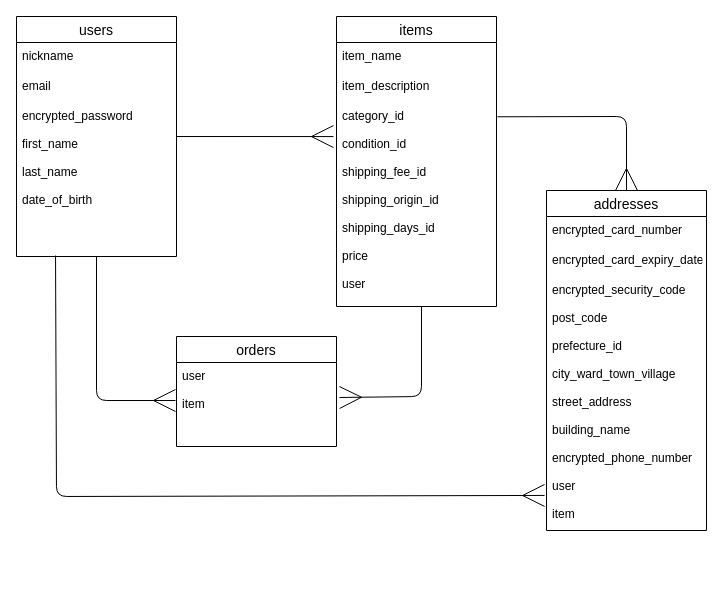
Above: test.dio in user-onion-japan-1919/furima-41924 (draw.io), before the change. Source tidied: cells renumbered, new cells numbered last; positions are measured from the earlier drawing's top-left corner, leaving out a move shared by most shapes. Both pictures are drawn from the tidied source at 100%, with x=0, y=0 at pixel (16, 16).
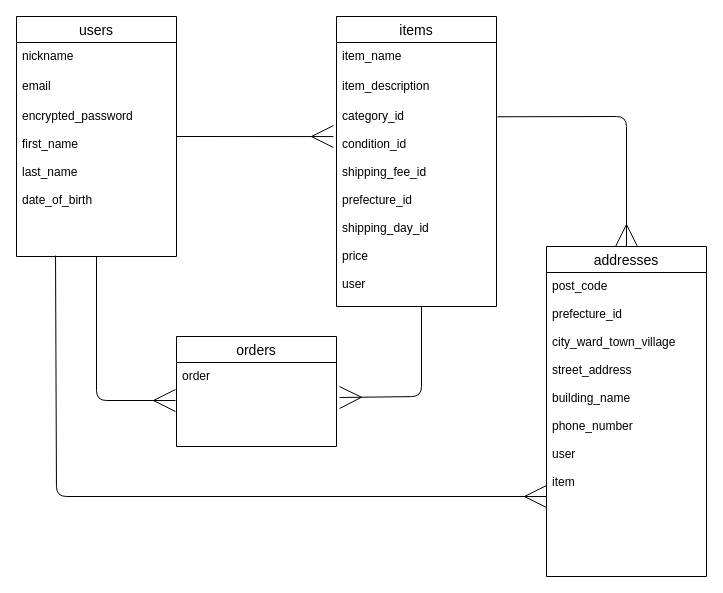
The same diagram, later.

Unchanged cells that the change refers to:
```xml
<mxCell id="8" value="encrypted_password&#10;&#10;first_name&#10;&#10;last_name&#10;&#10;date_of_birth" style="text;strokeColor=none;fillColor=none;spacingLeft=4;spacingRight=4;overflow=hidden;points=[[0,0.5],[1,0.5]];portConstraint=eastwest;fontSize=12;" parent="5" vertex="1">
  <mxGeometry y="86" width="160" height="154" as="geometry" />
</mxCell>
<mxCell id="11" value="items" style="swimlane;fontStyle=0;horizontal=1;startSize=26;align=center;fontSize=14;rotation=0;arcSize=15;" parent="1" vertex="1">
  <mxGeometry x="320" width="160" height="290" as="geometry" />
</mxCell>
<mxCell id="15" value="orders" style="swimlane;fontStyle=0;horizontal=1;startSize=26;align=center;fontSize=14;" parent="1" vertex="1">
  <mxGeometry x="160" y="320" width="160" height="110" as="geometry" />
</mxCell>
```

Change to the diagram source:
```diff
@@
-    <mxCell id="4" style="edgeStyle=none;html=1;entryX=-0.012;entryY=0.862;entryDx=0;entryDy=0;entryPerimeter=0;strokeWidth=1;endArrow=ERmany;endFill=0;startSize=26;endSize=20;exitX=0.244;exitY=0.994;exitDx=0;exitDy=0;exitPerimeter=0;" parent="1" edge="1" source="8" target="20">
+    <mxCell id="4" style="edgeStyle=none;html=1;strokeWidth=1;endArrow=ERmany;endFill=0;startSize=26;endSize=20;exitX=0.244;exitY=0.994;exitDx=0;exitDy=0;exitPerimeter=0;" parent="1" edge="1" source="8">
       <mxGeometry relative="1" as="geometry">
+        <mxPoint x="530" y="480" as="targetPoint" />
         <Array as="points">
           <mxPoint x="40" y="480" />
         </Array>
       </mxGeometry>
     </mxCell>
@@
-    <mxCell id="14" value="category_id&#10;&#10;condition_id&#10;&#10;shipping_fee_id&#10;&#10;shipping_origin_id&#10;&#10;shipping_days_id&#10;&#10;price&#10;&#10;user&#10;&#10;" style="text;strokeColor=none;fillColor=none;spacingLeft=4;spacingRight=4;overflow=hidden;points=[[0,0.5],[1,0.5]];portConstraint=eastwest;fontSize=12;arcSize=24;" parent="11" vertex="1">
+    <mxCell id="14" value="category_id&#10;&#10;condition_id&#10;&#10;shipping_fee_id&#10;&#10;prefecture_id&#10;&#10;shipping_day_id&#10;&#10;price&#10;&#10;user&#10;&#10;" style="text;strokeColor=none;fillColor=none;spacingLeft=4;spacingRight=4;overflow=hidden;points=[[0,0.5],[1,0.5]];portConstraint=eastwest;fontSize=12;arcSize=24;" parent="11" vertex="1">
       <mxGeometry y="86" width="160" height="204" as="geometry" />
     </mxCell>
@@
-    <mxCell id="16" value="user&#10;&#10;item" style="text;strokeColor=none;fillColor=none;spacingLeft=4;spacingRight=4;overflow=hidden;fontSize=12;" parent="15" vertex="1">
+    <mxCell id="16" value="order" style="text;strokeColor=none;fillColor=none;spacingLeft=4;spacingRight=4;overflow=hidden;fontSize=12;" parent="15" vertex="1">
       <mxGeometry y="26" width="160" height="84" as="geometry" />
     </mxCell>
     <mxCell id="17" value="addresses" style="swimlane;fontStyle=0;horizontal=1;startSize=26;align=center;fontSize=14;" parent="1" vertex="1">
-      <mxGeometry x="530" y="174" width="160" height="340" as="geometry" />
+      <mxGeometry x="530" y="230" width="160" height="330" as="geometry" />
     </mxCell>
-    <mxCell id="18" value="encrypted_card_number" style="text;strokeColor=none;fillColor=none;spacingLeft=4;spacingRight=4;overflow=hidden;fontSize=12;" parent="17" vertex="1">
-      <mxGeometry y="26" width="160" height="30" as="geometry" />
-    </mxCell>
-    <mxCell id="19" value="encrypted_card_expiry_date" style="text;strokeColor=none;fillColor=none;spacingLeft=4;spacingRight=4;overflow=hidden;fontSize=12;" parent="17" vertex="1">
-      <mxGeometry y="56" width="160" height="30" as="geometry" />
-    </mxCell>
-    <mxCell id="20" value="encrypted_security_code&#10;&#10;post_code&#10;&#10;prefecture_id&#10;&#10;city_ward_town_village&#10;&#10;street_address&#10;&#10;building_name&#10;&#10;encrypted_phone_number&#10;&#10;user&#10;&#10;item" style="text;strokeColor=none;fillColor=none;spacingLeft=4;spacingRight=4;overflow=hidden;points=[[0,0.5],[1,0.5]];portConstraint=eastwest;fontSize=12;" parent="17" vertex="1">
-      <mxGeometry y="86" width="160" height="254" as="geometry" />
+    <mxCell id="20" value="post_code&#10;&#10;prefecture_id&#10;&#10;city_ward_town_village&#10;&#10;street_address&#10;&#10;building_name&#10;&#10;phone_number&#10;&#10;user&#10;&#10;item&#10;&#10;&#10;" style="text;strokeColor=none;fillColor=none;spacingLeft=4;spacingRight=4;overflow=hidden;points=[[0,0.5],[1,0.5]];portConstraint=eastwest;fontSize=12;" parent="17" vertex="1">
+      <mxGeometry y="26" width="160" height="304" as="geometry" />
     </mxCell>
```
